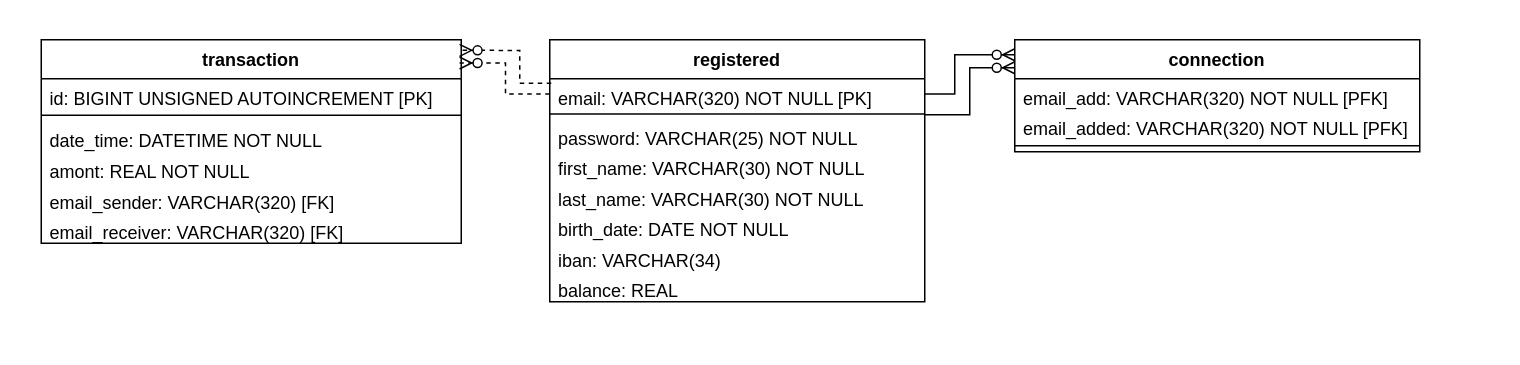
The draw.io diagram page "MPD" (3 of 3) of UML/payMyBuddyUML.drawio in emmo78/com.paymybuddy.paymybuddy, before the edit. Source tidied: cells renumbered, new cells numbered last; positions are measured from the earlier drawing's top-left corner, leaving out a move shared by most shapes. Both pictures are drawn from the tidied source at 150%, with x=0, y=0 at pixel (40, 39).
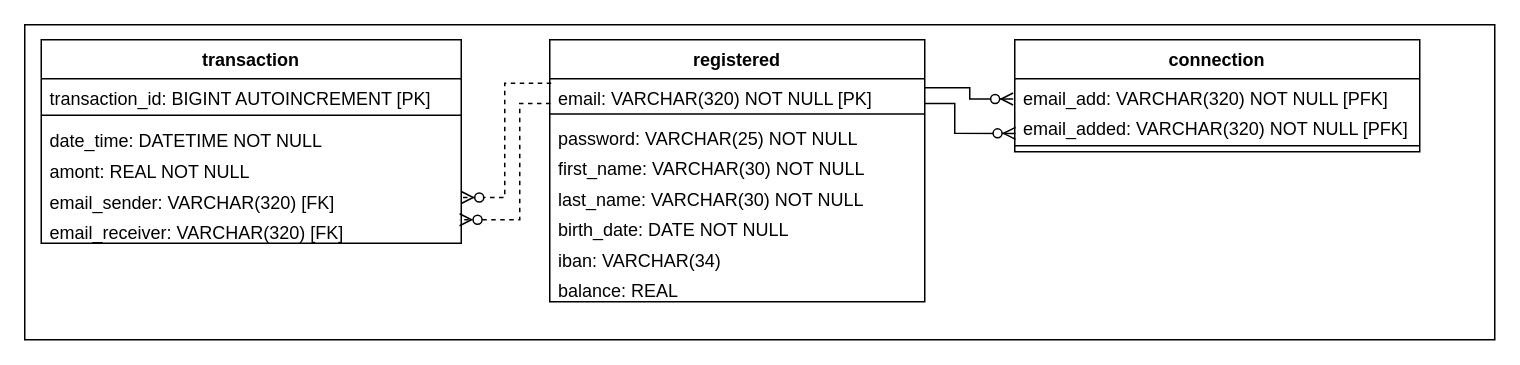
The same page after the edit.

The change refers to these unchanged cells:
```xml
<mxCell id="2" value="transaction" style="swimlane;fontStyle=1;align=center;verticalAlign=top;horizontal=1;startSize=26;" parent="1" vertex="1">
  <mxGeometry width="280" height="135.7" as="geometry" />
</mxCell>
<mxCell id="7" value="email_sender: VARCHAR(320) [FK]" style="text;strokeColor=none;fillColor=none;align=left;verticalAlign=top;spacingLeft=4;spacingRight=4;overflow=hidden;points=[[0,0.5],[1,0.5]];portConstraint=eastwest;" parent="2" vertex="1">
  <mxGeometry y="95" width="280" height="20.3" as="geometry" />
</mxCell>
<mxCell id="8" value="email_receiver: VARCHAR(320) [FK]" style="text;strokeColor=none;fillColor=none;align=left;verticalAlign=top;spacingLeft=4;spacingRight=4;overflow=hidden;points=[[0,0.5],[1,0.5]];portConstraint=eastwest;" parent="2" vertex="1">
  <mxGeometry y="115.4" width="280" height="20.3" as="geometry" />
</mxCell>
<mxCell id="9" value="connection" style="swimlane;fontStyle=1;align=center;verticalAlign=top;horizontal=1;startSize=26;" parent="1" vertex="1">
  <mxGeometry x="649" width="270" height="74.7" as="geometry" />
</mxCell>
<mxCell id="10" value="email_add: VARCHAR(320) NOT NULL [PFK]" style="text;strokeColor=none;fillColor=none;align=left;verticalAlign=top;spacingLeft=4;spacingRight=4;overflow=hidden;points=[[0,0.5],[1,0.5]];portConstraint=eastwest;" parent="9" vertex="1">
  <mxGeometry y="26" width="270" height="20.3" as="geometry" />
</mxCell>
<mxCell id="11" value="email_added: VARCHAR(320) NOT NULL [PFK]" style="text;strokeColor=none;fillColor=none;align=left;verticalAlign=top;spacingLeft=4;spacingRight=4;overflow=hidden;points=[[0,0.5],[1,0.5]];portConstraint=eastwest;" parent="9" vertex="1">
  <mxGeometry y="46.3" width="270" height="20.3" as="geometry" />
</mxCell>
<mxCell id="14" value="email: VARCHAR(320) NOT NULL [PK]" style="text;strokeColor=none;fillColor=none;align=left;verticalAlign=top;spacingLeft=4;spacingRight=4;overflow=hidden;points=[[0,0.5],[1,0.5]];portConstraint=eastwest;" parent="13" vertex="1">
  <mxGeometry y="26" width="250" height="20.3" as="geometry" />
</mxCell>
<mxCell id="16" value="password: VARCHAR(25) NOT NULL" style="text;strokeColor=none;fillColor=none;align=left;verticalAlign=top;spacingLeft=4;spacingRight=4;overflow=hidden;points=[[0,0.5],[1,0.5]];portConstraint=eastwest;" parent="13" vertex="1">
  <mxGeometry y="52.6" width="250" height="20.3" as="geometry" />
</mxCell>
```

The edit, as a diff of the source:
```diff
@@
+    <mxCell id="26" style="rounded=0;whiteSpace=wrap;html=1;" parent="1" vertex="1">
+      <mxGeometry x="-11" y="-10" width="980" height="210" as="geometry" />
+    </mxCell>
@@
-    <mxCell id="3" value="id: BIGINT UNSIGNED AUTOINCREMENT [PK]" style="text;strokeColor=none;fillColor=none;align=left;verticalAlign=top;spacingLeft=4;spacingRight=4;overflow=hidden;" parent="2" vertex="1">
+    <mxCell id="3" value="transaction_id: BIGINT AUTOINCREMENT [PK]" style="text;strokeColor=none;fillColor=none;align=left;verticalAlign=top;spacingLeft=4;spacingRight=4;overflow=hidden;" parent="2" vertex="1">
       <mxGeometry y="26" width="280" height="20.3" as="geometry" />
     </mxCell>
@@
-    <mxCell id="6" value="amont: REAL NOT NULL" style="text;strokeColor=none;fillColor=none;align=left;verticalAlign=top;spacingLeft=4;spacingRight=4;overflow=hidden;" parent="2" vertex="1">
+    <mxCell id="6" value="amont: REAL NOT NULL" style="text;align=left;verticalAlign=top;spacingLeft=4;spacingRight=4;overflow=hidden;" parent="2" vertex="1">
       <mxGeometry y="74.7" width="280" height="20.3" as="geometry" />
     </mxCell>
@@
-    <mxCell id="22" style="fontSize=12;html=1;endArrow=ERzeroToMany;endFill=1;rounded=0;strokeColor=#000000;entryX=0;entryY=0.134;entryDx=0;entryDy=0;entryPerimeter=0;exitX=1;exitY=0.5;exitDx=0;exitDy=0;edgeStyle=orthogonalEdgeStyle;" parent="1" edge="1" source="14" target="9">
-      <mxGeometry relative="1" as="geometry">
-        <Array as="points">
-          <mxPoint x="609" y="36" />
-          <mxPoint x="609" y="10" />
-        </Array>
-      </mxGeometry>
+    <mxCell id="22" style="fontSize=12;html=1;endArrow=ERzeroToMany;endFill=1;rounded=0;strokeColor=#000000;entryX=-0.004;entryY=0.664;entryDx=0;entryDy=0;entryPerimeter=0;exitX=1;exitY=0.295;exitDx=0;exitDy=0;exitPerimeter=0;edgeStyle=orthogonalEdgeStyle;" parent="1" edge="1" source="14" target="10">
+      <mxGeometry relative="1" as="geometry" />
     </mxCell>
-    <mxCell id="23" style="fontSize=12;html=1;endArrow=ERzeroToMany;endFill=1;rounded=0;strokeColor=#000000;entryX=0;entryY=0.25;entryDx=0;entryDy=0;exitX=1;exitY=-0.128;exitDx=0;exitDy=0;exitPerimeter=0;edgeStyle=orthogonalEdgeStyle;" parent="1" edge="1" source="16" target="9">
-      <mxGeometry relative="1" as="geometry" />
+    <mxCell id="23" style="fontSize=12;html=1;endArrow=ERzeroToMany;endFill=1;rounded=0;strokeColor=#000000;entryX=0.002;entryY=0.794;entryDx=0;entryDy=0;exitX=0.998;exitY=0.811;exitDx=0;exitDy=0;exitPerimeter=0;entryPerimeter=0;edgeStyle=orthogonalEdgeStyle;" parent="1" edge="1" source="14" target="11">
+      <mxGeometry relative="1" as="geometry">
+        <Array as="points">
+          <mxPoint x="609" y="43" />
+          <mxPoint x="609" y="63" />
+        </Array>
+      </mxGeometry>
     </mxCell>
-    <mxCell id="24" style="fontSize=12;html=1;endArrow=ERzeroToMany;endFill=1;rounded=0;strokeColor=#000000;entryX=0.996;entryY=0.052;entryDx=0;entryDy=0;exitX=0.004;exitY=0.147;exitDx=0;exitDy=0;exitPerimeter=0;entryPerimeter=0;dashed=1;edgeStyle=orthogonalEdgeStyle;" parent="1" edge="1" source="14" target="2">
+    <mxCell id="24" style="fontSize=12;html=1;endArrow=ERzeroToMany;endFill=1;rounded=0;strokeColor=#000000;entryX=1;entryY=0.5;entryDx=0;entryDy=0;exitX=0.004;exitY=0.147;exitDx=0;exitDy=0;exitPerimeter=0;dashed=1;edgeStyle=orthogonalEdgeStyle;" parent="1" edge="1" source="14" target="7">
       <mxGeometry relative="1" as="geometry">
         <Array as="points">
-          <mxPoint x="319" y="29" />
-          <mxPoint x="319" y="7" />
+          <mxPoint x="309" y="29" />
+          <mxPoint x="309" y="105" />
         </Array>
       </mxGeometry>
     </mxCell>
-    <mxCell id="25" style="fontSize=12;html=1;endArrow=ERzeroToMany;endFill=1;rounded=0;strokeColor=#000000;entryX=0.996;entryY=0.114;entryDx=0;entryDy=0;entryPerimeter=0;dashed=1;exitX=0;exitY=0.5;exitDx=0;exitDy=0;edgeStyle=orthogonalEdgeStyle;" parent="1" edge="1" source="14" target="2">
-      <mxGeometry relative="1" as="geometry" />
+    <mxCell id="25" style="fontSize=12;html=1;endArrow=ERzeroToMany;endFill=1;rounded=0;strokeColor=#000000;dashed=1;entryX=0.996;entryY=0.227;entryDx=0;entryDy=0;exitX=0.002;exitY=0.811;exitDx=0;exitDy=0;exitPerimeter=0;entryPerimeter=0;edgeStyle=orthogonalEdgeStyle;" parent="1" edge="1" source="14" target="8">
+      <mxGeometry relative="1" as="geometry">
+        <Array as="points">
+          <mxPoint x="319" y="43" />
+          <mxPoint x="319" y="120" />
+        </Array>
+      </mxGeometry>
     </mxCell>
```
